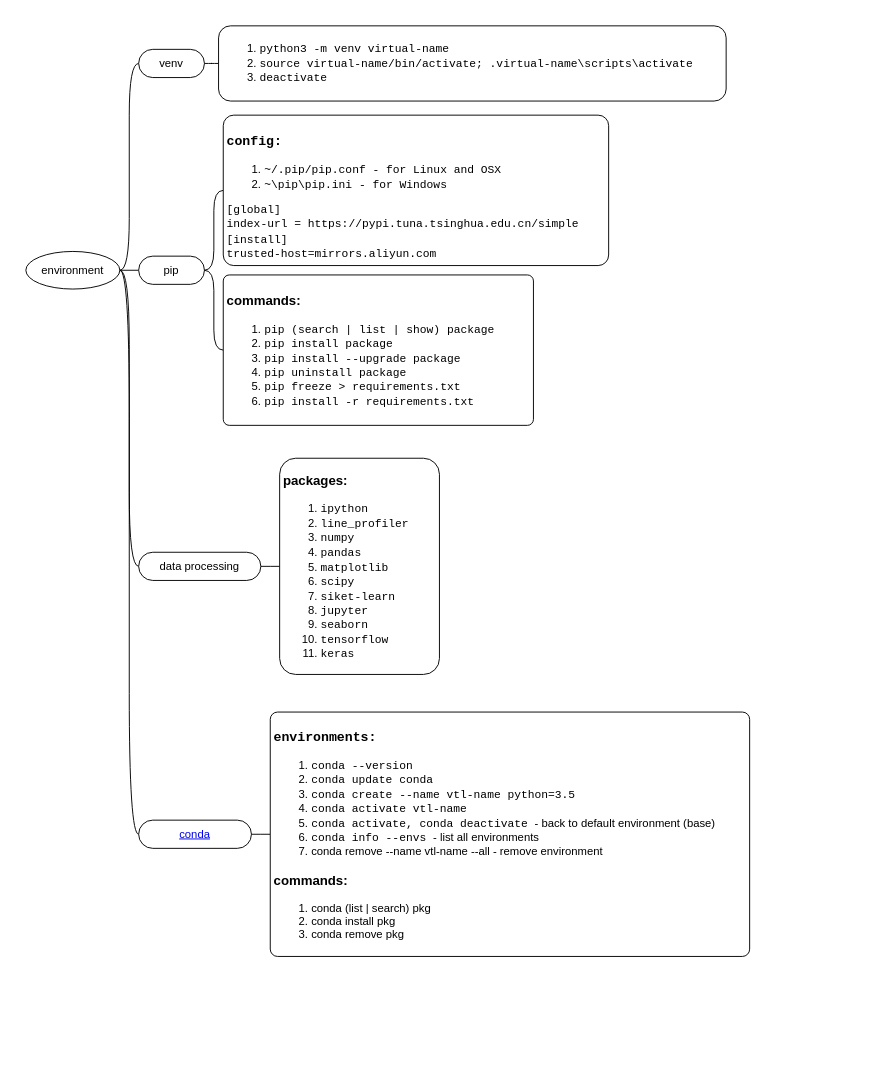
Above: page "config" (1 of 4) of languages/python/python.drawio in yangdj/tf_docs (draw.io), before the change. Source tidied: cells renumbered, new cells numbered last; positions are measured from the earlier drawing's top-left corner, leaving out a move shared by most shapes. Both pictures are drawn from the tidied source at 94%, with x=0, y=0 at pixel (16, 16).
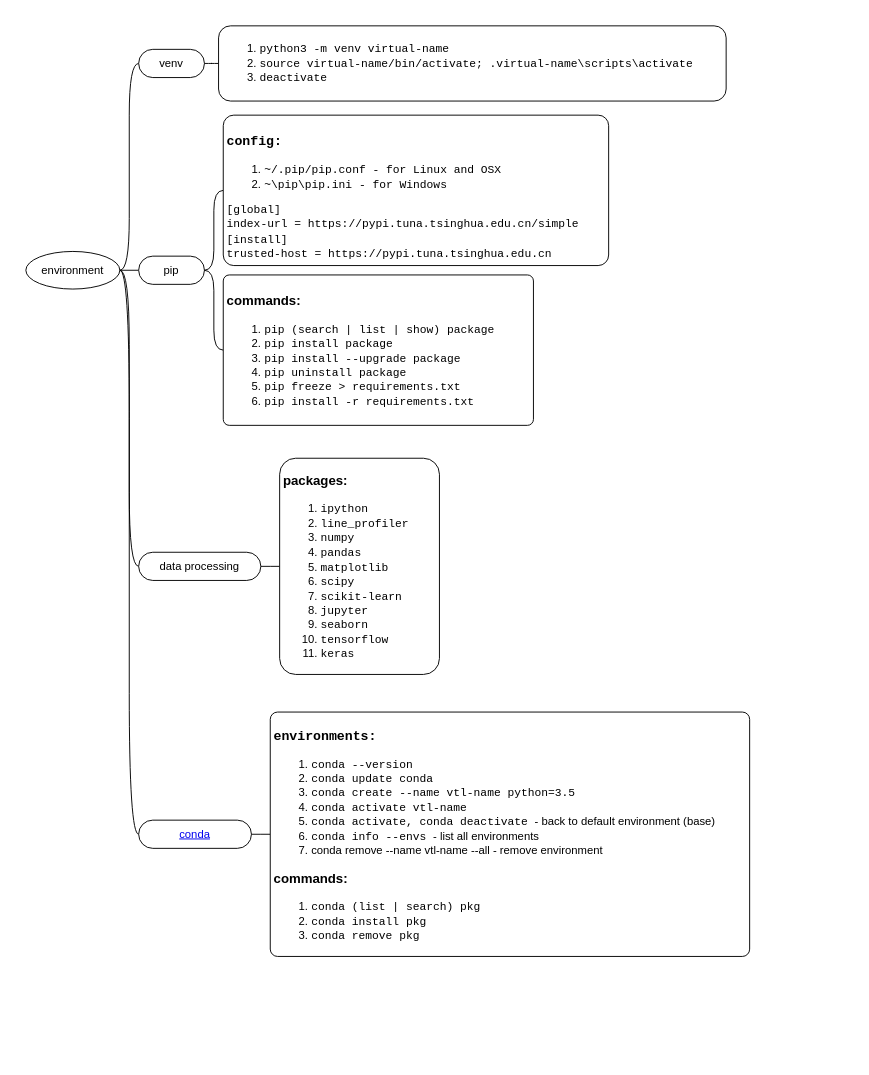
The same page after the edit.

The change refers to these unchanged cells:
```xml
<mxCell id="2" style="swimlane;html=1;startSize=20;horizontal=1;containerType=tree;fillColor=none;strokeColor=none;" parent="1" vertex="1">
  <mxGeometry width="890" height="1110" as="geometry" />
</mxCell>
```

The edit, as a diff of the source:
```diff
@@
-    <mxCell id="7" value="&lt;h3&gt;&lt;font face=&quot;Courier New&quot;&gt;config:&lt;/font&gt;&lt;/h3&gt;&lt;div&gt;&lt;ol&gt;&lt;li&gt;&lt;font face=&quot;Courier New&quot;&gt;~/.pip/pip.conf - for Linux and OSX&lt;/font&gt;&lt;/li&gt;&lt;li&gt;&lt;font face=&quot;Courier New&quot;&gt;~\pip\pip.ini - for Windows&lt;/font&gt;&lt;/li&gt;&lt;/ol&gt;&lt;/div&gt;&lt;span style=&quot;font-family: &amp;quot;courier new&amp;quot;&quot;&gt;[global]&lt;/span&gt;&lt;br&gt;&lt;blockquote style=&quot;margin: 0 0 0 40px ; border: none ; padding: 0px&quot;&gt;&lt;/blockquote&gt;&lt;span style=&quot;font-family: &amp;quot;courier new&amp;quot;&quot;&gt;index-url = https://pypi.tuna.tsinghua.edu.cn/simple&lt;/span&gt;&lt;br&gt;&lt;blockquote style=&quot;margin: 0 0 0 40px ; border: none ; padding: 0px&quot;&gt;&lt;/blockquote&gt;&lt;span style=&quot;font-family: &amp;quot;courier new&amp;quot;&quot;&gt;[install]&lt;/span&gt;&lt;br&gt;&lt;font face=&quot;Courier New&quot;&gt;trusted-host=mirrors.aliyun.com&lt;/font&gt;" style="whiteSpace=wrap;html=1;rounded=1;arcSize=7;align=left;verticalAlign=middle;strokeWidth=1;spacing=4;newEdgeStyle={&quot;edgeStyle&quot;:&quot;entityRelationEdgeStyle&quot;,&quot;startArrow&quot;:&quot;none&quot;,&quot;endArrow&quot;:&quot;none&quot;,&quot;segment&quot;:10,&quot;curved&quot;:1};labelBackgroundColor=none;" parent="2" vertex="1">
+    <mxCell id="7" value="&lt;h3&gt;&lt;font face=&quot;Courier New&quot;&gt;config:&lt;/font&gt;&lt;/h3&gt;&lt;div&gt;&lt;ol&gt;&lt;li&gt;&lt;font face=&quot;Courier New&quot;&gt;~/.pip/pip.conf - for Linux and OSX&lt;/font&gt;&lt;/li&gt;&lt;li&gt;&lt;font face=&quot;Courier New&quot;&gt;~\pip\pip.ini - for Windows&lt;/font&gt;&lt;/li&gt;&lt;/ol&gt;&lt;/div&gt;&lt;span style=&quot;font-family: &amp;#34;courier new&amp;#34;&quot;&gt;[global]&lt;/span&gt;&lt;br&gt;&lt;blockquote style=&quot;margin: 0 0 0 40px ; border: none ; padding: 0px&quot;&gt;&lt;/blockquote&gt;&lt;span style=&quot;font-family: &amp;#34;courier new&amp;#34;&quot;&gt;index-url = https://pypi.tuna.tsinghua.edu.cn/simple&lt;/span&gt;&lt;br&gt;&lt;blockquote style=&quot;margin: 0 0 0 40px ; border: none ; padding: 0px&quot;&gt;&lt;/blockquote&gt;&lt;span style=&quot;font-family: &amp;#34;courier new&amp;#34;&quot;&gt;[install]&lt;/span&gt;&lt;br&gt;&lt;font face=&quot;Courier New&quot;&gt;trusted-host = https://pypi.tuna.tsinghua.edu.cn&lt;/font&gt;" style="whiteSpace=wrap;html=1;rounded=1;arcSize=7;align=left;verticalAlign=middle;strokeWidth=1;spacing=4;newEdgeStyle={&quot;edgeStyle&quot;:&quot;entityRelationEdgeStyle&quot;,&quot;startArrow&quot;:&quot;none&quot;,&quot;endArrow&quot;:&quot;none&quot;,&quot;segment&quot;:10,&quot;curved&quot;:1};labelBackgroundColor=none;" parent="2" vertex="1">
       <mxGeometry x="220" y="105" width="410" height="160" as="geometry" />
     </mxCell>
@@
-    <mxCell id="17" value="&lt;h3&gt;packages:&lt;/h3&gt;&lt;div&gt;&lt;ol&gt;&lt;li&gt;&lt;font face=&quot;Courier New&quot;&gt;ipython&lt;/font&gt;&lt;/li&gt;&lt;li&gt;&lt;font face=&quot;Courier New&quot;&gt;line_profiler&lt;/font&gt;&lt;/li&gt;&lt;li&gt;&lt;font face=&quot;Courier New&quot;&gt;numpy&lt;/font&gt;&lt;/li&gt;&lt;li&gt;&lt;font face=&quot;Courier New&quot;&gt;pandas&lt;/font&gt;&lt;/li&gt;&lt;li&gt;&lt;font face=&quot;Courier New&quot;&gt;matplotlib&lt;/font&gt;&lt;/li&gt;&lt;li&gt;&lt;font face=&quot;Courier New&quot;&gt;scipy&lt;/font&gt;&lt;/li&gt;&lt;li&gt;&lt;font face=&quot;Courier New&quot;&gt;siket-learn&lt;/font&gt;&lt;/li&gt;&lt;li&gt;&lt;font face=&quot;Courier New&quot;&gt;jupyter&lt;/font&gt;&lt;/li&gt;&lt;li&gt;&lt;font face=&quot;Courier New&quot;&gt;seaborn&lt;/font&gt;&lt;/li&gt;&lt;li&gt;&lt;font face=&quot;Courier New&quot;&gt;tensorflow&lt;/font&gt;&lt;/li&gt;&lt;li&gt;&lt;font face=&quot;Courier New&quot;&gt;keras&lt;/font&gt;&lt;/li&gt;&lt;/ol&gt;&lt;/div&gt;" style="whiteSpace=wrap;html=1;rounded=1;arcSize=10;align=left;verticalAlign=middle;strokeWidth=1;spacing=4;newEdgeStyle={&quot;edgeStyle&quot;:&quot;entityRelationEdgeStyle&quot;,&quot;startArrow&quot;:&quot;none&quot;,&quot;endArrow&quot;:&quot;none&quot;,&quot;segment&quot;:10,&quot;curved&quot;:1};" parent="2" vertex="1">
+    <mxCell id="17" value="&lt;h3&gt;packages:&lt;/h3&gt;&lt;div&gt;&lt;ol&gt;&lt;li&gt;&lt;font face=&quot;Courier New&quot;&gt;ipython&lt;/font&gt;&lt;/li&gt;&lt;li&gt;&lt;font face=&quot;Courier New&quot;&gt;line_profiler&lt;/font&gt;&lt;/li&gt;&lt;li&gt;&lt;font face=&quot;Courier New&quot;&gt;numpy&lt;/font&gt;&lt;/li&gt;&lt;li&gt;&lt;font face=&quot;Courier New&quot;&gt;pandas&lt;/font&gt;&lt;/li&gt;&lt;li&gt;&lt;font face=&quot;Courier New&quot;&gt;matplotlib&lt;/font&gt;&lt;/li&gt;&lt;li&gt;&lt;font face=&quot;Courier New&quot;&gt;scipy&lt;/font&gt;&lt;/li&gt;&lt;li&gt;&lt;font face=&quot;Courier New&quot;&gt;scikit-learn&lt;/font&gt;&lt;/li&gt;&lt;li&gt;&lt;font face=&quot;Courier New&quot;&gt;jupyter&lt;/font&gt;&lt;/li&gt;&lt;li&gt;&lt;font face=&quot;Courier New&quot;&gt;seaborn&lt;/font&gt;&lt;/li&gt;&lt;li&gt;&lt;font face=&quot;Courier New&quot;&gt;tensorflow&lt;/font&gt;&lt;/li&gt;&lt;li&gt;&lt;font face=&quot;Courier New&quot;&gt;keras&lt;/font&gt;&lt;/li&gt;&lt;/ol&gt;&lt;/div&gt;" style="whiteSpace=wrap;html=1;rounded=1;arcSize=10;align=left;verticalAlign=middle;strokeWidth=1;spacing=4;newEdgeStyle={&quot;edgeStyle&quot;:&quot;entityRelationEdgeStyle&quot;,&quot;startArrow&quot;:&quot;none&quot;,&quot;endArrow&quot;:&quot;none&quot;,&quot;segment&quot;:10,&quot;curved&quot;:1};" parent="2" vertex="1">
       <mxGeometry x="280" y="470" width="170" height="230" as="geometry" />
     </mxCell>
@@
-    <mxCell id="21" value="&lt;h3&gt;&lt;span style=&quot;font-family: &amp;#34;courier new&amp;#34;&quot;&gt;environments:&lt;/span&gt;&lt;/h3&gt;&lt;ol&gt;&lt;li&gt;&lt;font face=&quot;Courier New&quot;&gt;conda --version&lt;/font&gt;&lt;/li&gt;&lt;li&gt;&lt;font face=&quot;Courier New&quot;&gt;conda update conda&lt;/font&gt;&lt;/li&gt;&lt;li&gt;&lt;font face=&quot;Courier New&quot;&gt;conda create --name vtl-name python=3.5&lt;/font&gt;&lt;br&gt;&lt;/li&gt;&lt;li&gt;&lt;font face=&quot;Courier New&quot;&gt;conda activate vtl-name&lt;/font&gt;&lt;/li&gt;&lt;li&gt;&lt;font face=&quot;Courier New&quot;&gt;conda activate, conda deactivate&amp;nbsp;&lt;/font&gt;- back to default environment (base)&lt;/li&gt;&lt;li&gt;&lt;font face=&quot;Courier New&quot;&gt;conda info --envs &lt;/font&gt;- list all environments&lt;/li&gt;&lt;li&gt;conda remove --name vtl-name --all - remove environment&amp;nbsp;&lt;/li&gt;&lt;/ol&gt;&lt;h3&gt;commands:&lt;/h3&gt;&lt;div&gt;&lt;ol&gt;&lt;li&gt;conda (list | search) pkg&lt;/li&gt;&lt;li&gt;conda install pkg&lt;/li&gt;&lt;li&gt;conda remove pkg&lt;/li&gt;&lt;/ol&gt;&lt;/div&gt;" style="whiteSpace=wrap;html=1;rounded=1;arcSize=3;align=left;verticalAlign=middle;strokeWidth=1;spacing=4;newEdgeStyle={&quot;edgeStyle&quot;:&quot;entityRelationEdgeStyle&quot;,&quot;startArrow&quot;:&quot;none&quot;,&quot;endArrow&quot;:&quot;none&quot;,&quot;segment&quot;:10,&quot;curved&quot;:1};" parent="2" vertex="1">
+    <mxCell id="21" value="&lt;h3&gt;&lt;span style=&quot;font-family: &amp;#34;courier new&amp;#34;&quot;&gt;environments:&lt;/span&gt;&lt;/h3&gt;&lt;ol&gt;&lt;li&gt;&lt;font face=&quot;Courier New&quot;&gt;conda --version&lt;/font&gt;&lt;/li&gt;&lt;li&gt;&lt;font face=&quot;Courier New&quot;&gt;conda update conda&lt;/font&gt;&lt;/li&gt;&lt;li&gt;&lt;font face=&quot;Courier New&quot;&gt;conda create --name vtl-name python=3.5&lt;/font&gt;&lt;br&gt;&lt;/li&gt;&lt;li&gt;&lt;font face=&quot;Courier New&quot;&gt;conda activate vtl-name&lt;/font&gt;&lt;/li&gt;&lt;li&gt;&lt;font face=&quot;Courier New&quot;&gt;conda activate, conda deactivate&amp;nbsp;&lt;/font&gt;- back to default environment (base)&lt;/li&gt;&lt;li&gt;&lt;font face=&quot;Courier New&quot;&gt;conda info --envs &lt;/font&gt;- list all environments&lt;/li&gt;&lt;li&gt;conda remove --name vtl-name --all - remove environment&amp;nbsp;&lt;/li&gt;&lt;/ol&gt;&lt;h3&gt;commands:&lt;/h3&gt;&lt;div&gt;&lt;ol&gt;&lt;li&gt;&lt;font face=&quot;Courier New&quot;&gt;conda (list | search) pkg&lt;/font&gt;&lt;/li&gt;&lt;li&gt;&lt;font face=&quot;Courier New&quot;&gt;conda install pkg&lt;/font&gt;&lt;/li&gt;&lt;li&gt;&lt;font face=&quot;Courier New&quot;&gt;conda remove pkg&lt;/font&gt;&lt;/li&gt;&lt;/ol&gt;&lt;/div&gt;" style="whiteSpace=wrap;html=1;rounded=1;arcSize=3;align=left;verticalAlign=middle;strokeWidth=1;spacing=4;newEdgeStyle={&quot;edgeStyle&quot;:&quot;entityRelationEdgeStyle&quot;,&quot;startArrow&quot;:&quot;none&quot;,&quot;endArrow&quot;:&quot;none&quot;,&quot;segment&quot;:10,&quot;curved&quot;:1};" parent="2" vertex="1">
       <mxGeometry x="270" y="740" width="510" height="260" as="geometry" />
     </mxCell>
```
